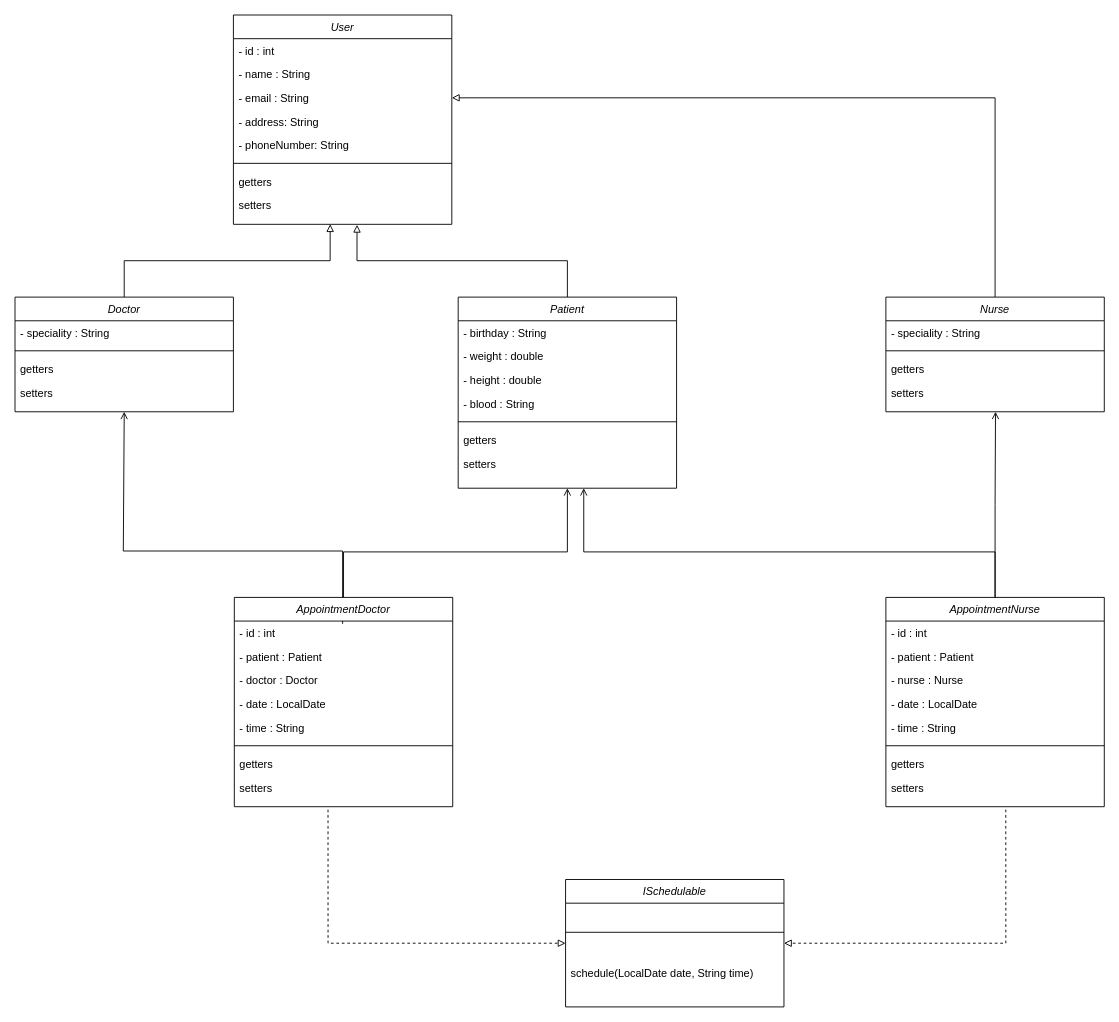
Above: MyMedicalAppointments.drawio in jdrodriguez2707/object-oriented-java-se-course (draw.io), before the change. Source tidied: cells renumbered, new cells numbered last; positions are measured from the earlier drawing's top-left corner, leaving out a move shared by most shapes. Both pictures are drawn from the tidied source at 91%, with x=0, y=0 at pixel (15, 15).
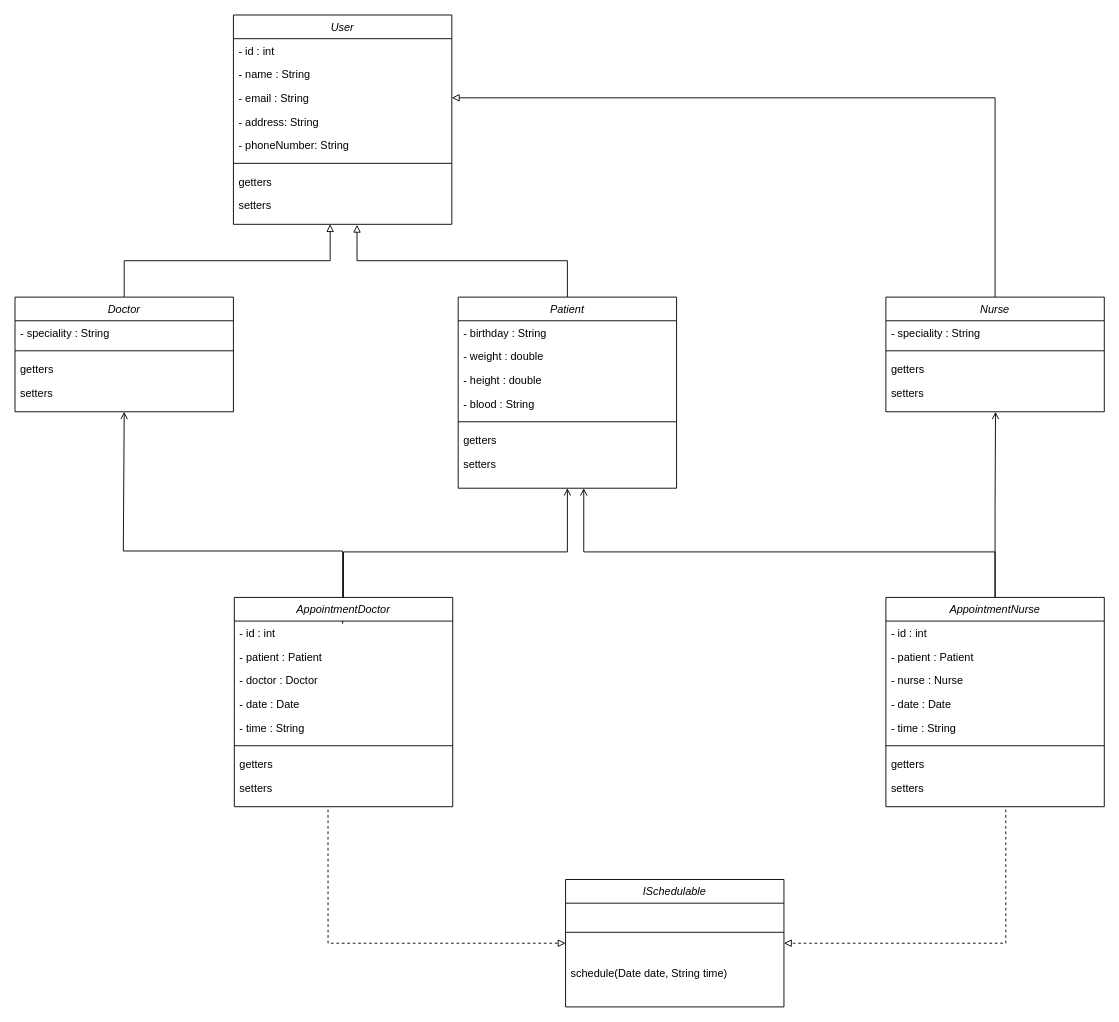
The same diagram, later.

Commit message (it also covers changes not shown here):
Add logic to add available appointments

The change refers to these unchanged cells:
```xml
<mxCell id="29" value="AppointmentDoctor" style="swimlane;fontStyle=2;align=center;verticalAlign=top;horizontal=1;startSize=26;rounded=0;shadow=0;strokeWidth=1;" parent="1" vertex="1">
  <mxGeometry x="241" y="640" width="240" height="230" as="geometry" />
</mxCell>
<mxCell id="45" value="AppointmentNurse" style="swimlane;fontStyle=2;align=center;verticalAlign=top;horizontal=1;startSize=26;rounded=0;shadow=0;strokeWidth=1;" parent="1" vertex="1">
  <mxGeometry x="957" y="640" width="240" height="230" as="geometry" />
</mxCell>
<mxCell id="55" value="ISchedulable" style="swimlane;fontStyle=2;align=center;verticalAlign=top;horizontal=1;startSize=26;rounded=0;shadow=0;strokeWidth=1;" parent="1" vertex="1">
  <mxGeometry x="605" y="950" width="240" height="140" as="geometry" />
</mxCell>
```

What changed in the source:
```diff
@@
-    <mxCell id="33" value="- date : LocalDate" style="text;align=left;verticalAlign=top;spacingLeft=4;spacingRight=4;overflow=hidden;rounded=0;shadow=0;html=0;" parent="29" vertex="1">
+    <mxCell id="33" value="- date : Date" style="text;align=left;verticalAlign=top;spacingLeft=4;spacingRight=4;overflow=hidden;rounded=0;shadow=0;html=0;" parent="29" vertex="1">
       <mxGeometry y="104" width="240" height="26" as="geometry" />
     </mxCell>
@@
-    <mxCell id="49" value="- date : LocalDate" style="text;align=left;verticalAlign=top;spacingLeft=4;spacingRight=4;overflow=hidden;rounded=0;shadow=0;html=0;" parent="45" vertex="1">
+    <mxCell id="49" value="- date : Date" style="text;align=left;verticalAlign=top;spacingLeft=4;spacingRight=4;overflow=hidden;rounded=0;shadow=0;html=0;" parent="45" vertex="1">
       <mxGeometry y="104" width="240" height="26" as="geometry" />
     </mxCell>
@@
-    <mxCell id="57" value="schedule(LocalDate date, String time)" style="text;align=left;verticalAlign=top;spacingLeft=4;spacingRight=4;overflow=hidden;" parent="55" vertex="1">
+    <mxCell id="57" value="schedule(Date date, String time)" style="text;align=left;verticalAlign=top;spacingLeft=4;spacingRight=4;overflow=hidden;" parent="55" vertex="1">
       <mxGeometry y="90" width="240" height="30" as="geometry" />
     </mxCell>
```
